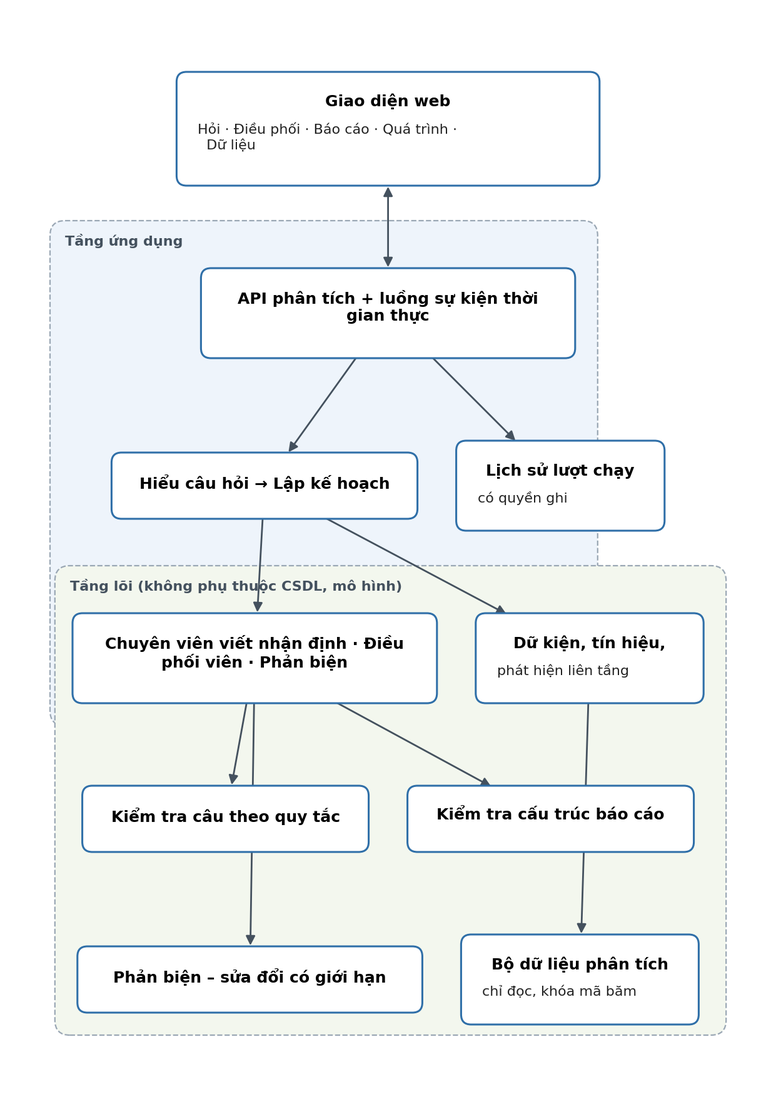
This is docs/thesis-v2/figures/hinh-4-1-kien-truc-phan-tang.png from thaicuong576/final-thesis, a Mermaid export, as it was before one commit. Its source is kept beside it as docs/thesis-v2/figures/hinh-4-1-kien-truc-phan-tang.mmd. The source it was exported from:
```mermaid
flowchart TB
    UI["<b>Giao diện web</b><br/>Hỏi · Điều phối · Báo cáo · Quá trình · Dữ liệu"]
    subgraph App ["Tầng ứng dụng"]
        API["API phân tích + luồng sự kiện thời gian thực"]
        QP["Hiểu câu hỏi → Lập kế hoạch"]
        AG["Chuyên viên viết nhận định · Điều phối viên · Phản biện"]
    end
    subgraph Core ["Tầng lõi (không phụ thuộc CSDL, mô hình)"]
        F["Dữ kiện, tín hiệu,<br/>phát hiện liên tầng"]
        V["Kiểm tra câu theo quy tắc"]
        S["Kiểm tra cấu trúc báo cáo"]
        R["Phản biện – sửa đổi có giới hạn"]
    end
    DB[("Bộ dữ liệu phân tích<br/>chỉ đọc, khóa mã băm")]
    RUNS[("Lịch sử lượt chạy<br/>có quyền ghi")]
    UI <--> API
    API --> QP --> AG
    QP --> F
    AG --> V
    AG --> S
    AG --> R
    F --> DB
    API --> RUNS
```
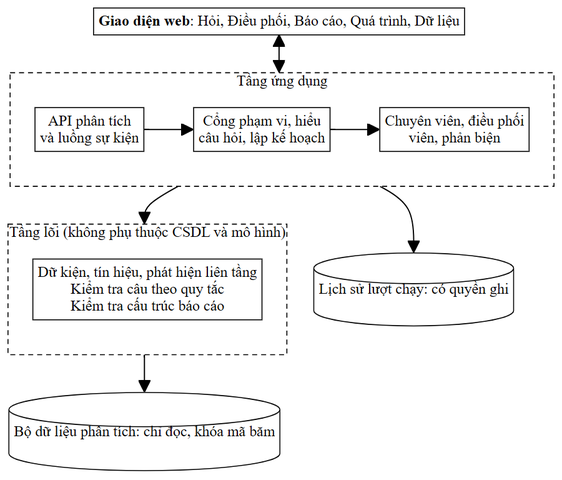
The same file after the commit.

Change to the diagram source:
```diff
@@ -1,23 +1,18 @@
 flowchart TB
-    UI["<b>Giao diện web</b><br/>Hỏi · Điều phối · Báo cáo · Quá trình · Dữ liệu"]
+    UI["<b>Giao diện web</b>: Hỏi, Điều phối, Báo cáo, Quá trình, Dữ liệu"]
     subgraph App ["Tầng ứng dụng"]
-        API["API phân tích + luồng sự kiện thời gian thực"]
-        QP["Hiểu câu hỏi → Lập kế hoạch"]
-        AG["Chuyên viên viết nhận định · Điều phối viên · Phản biện"]
+        direction LR
+        API["API phân tích<br/>và luồng sự kiện"]
+        GATE["Cổng phạm vi, hiểu<br/>câu hỏi, lập kế hoạch"]
+        AG["Chuyên viên, điều phối<br/>viên, phản biện"]
+        API --> GATE --> AG
     end
-    subgraph Core ["Tầng lõi (không phụ thuộc CSDL, mô hình)"]
-        F["Dữ kiện, tín hiệu,<br/>phát hiện liên tầng"]
-        V["Kiểm tra câu theo quy tắc"]
-        S["Kiểm tra cấu trúc báo cáo"]
-        R["Phản biện – sửa đổi có giới hạn"]
+    subgraph Core ["Tầng lõi (không phụ thuộc CSDL và mô hình)"]
+        CORE["Dữ kiện, tín hiệu, phát hiện liên tầng<br/>Kiểm tra câu theo quy tắc<br/>Kiểm tra cấu trúc báo cáo"]
     end
-    DB[("Bộ dữ liệu phân tích<br/>chỉ đọc, khóa mã băm")]
-    RUNS[("Lịch sử lượt chạy<br/>có quyền ghi")]
-    UI <--> API
-    API --> QP --> AG
-    QP --> F
-    AG --> V
-    AG --> S
-    AG --> R
-    F --> DB
-    API --> RUNS
+    DB[("Bộ dữ liệu phân tích: chỉ đọc, khóa mã băm")]
+    RUNS[("Lịch sử lượt chạy: có quyền ghi")]
+    UI <--> App
+    App --> Core
+    Core --> DB
+    App --> RUNS
```
